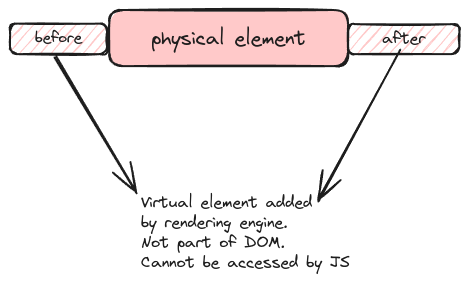
Above: static/img/pseudo-elements.excalidraw.png in swaroopar/inprogress-engineer (Excalidraw), before the change. Source tidied: one line per element, renumbered; positions are measured from the earlier drawing's top-left corner, leaving out a move shared by most shapes.
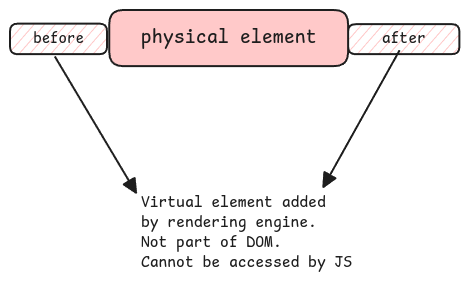
Above is the later version.

Diff of the diagram source:
```diff
@@ -1,9 +1,9 @@
-{"id": 0, "type": "rectangle", "strokeColor": "#1e1e1e", "backgroundColor": "#ffc9c9", "fillStyle": "solid", "strokeWidth": 2, "roughness": 1, "round": true, "x": 99, "y": 0, "width": 239, "height": 56}
+{"id": 0, "type": "rectangle", "strokeColor": "#1e1e1e", "backgroundColor": "#ffc9c9", "fillStyle": "solid", "strokeWidth": 2, "roughness": 0, "round": true, "x": 99, "y": 0, "width": 239, "height": 56}
-{"id": 1, "type": "text", "text": "physical element", "strokeColor": "#1e1e1e", "strokeWidth": 2, "roughness": 1, "fontSize": 20, "fontFamily": 1, "textAlign": "center", "verticalAlign": "middle", "inside": 0, "x": 141, "y": 16, "width": 154, "height": 25}
+{"id": 1, "type": "text", "text": "physical element", "strokeColor": "#1e1e1e", "strokeWidth": 2, "roughness": 1, "fontSize": 20, "fontFamily": 8, "textAlign": "center", "verticalAlign": "middle", "inside": 0, "x": 131, "y": 16, "width": 176, "height": 25}
-{"id": 2, "type": "rectangle", "strokeColor": "#1e1e1e", "backgroundColor": "#ffc9c9", "fillStyle": "hachure", "strokeWidth": 2, "roughness": 1, "round": true, "x": 0, "y": 14, "width": 97, "height": 31}
+{"id": 2, "type": "rectangle", "strokeColor": "#1e1e1e", "backgroundColor": "#ffc9c9", "fillStyle": "hachure", "strokeWidth": 2, "roughness": 0, "round": true, "x": 0, "y": 14, "width": 97, "height": 31}
-{"id": 3, "type": "text", "text": "before", "strokeColor": "#1e1e1e", "strokeWidth": 2, "roughness": 1, "fontSize": 15.33, "fontFamily": 1, "textAlign": "center", "verticalAlign": "middle", "inside": 2, "x": 25, "y": 19, "width": 47, "height": 19}
+{"id": 3, "type": "text", "text": "before", "strokeColor": "#1e1e1e", "strokeWidth": 2, "roughness": 1, "fontSize": 15.33, "fontFamily": 8, "textAlign": "center", "verticalAlign": "middle", "inside": 2, "x": 23, "y": 19, "width": 51, "height": 19}
-{"id": 4, "type": "rectangle", "strokeColor": "#1e1e1e", "backgroundColor": "#ffc9c9", "fillStyle": "hachure", "strokeWidth": 2, "roughness": 1, "round": true, "x": 338, "y": 14, "width": 111, "height": 30}
+{"id": 4, "type": "rectangle", "strokeColor": "#1e1e1e", "backgroundColor": "#ffc9c9", "fillStyle": "hachure", "strokeWidth": 2, "roughness": 0, "round": true, "x": 338, "y": 14, "width": 111, "height": 30}
-{"id": 5, "type": "text", "text": "after", "strokeColor": "#1e1e1e", "strokeWidth": 2, "roughness": 1, "fontSize": 16, "fontFamily": 1, "textAlign": "center", "verticalAlign": "middle", "inside": 4, "x": 372, "y": 19, "width": 43, "height": 20}
+{"id": 5, "type": "text", "text": "after", "strokeColor": "#1e1e1e", "strokeWidth": 2, "roughness": 1, "fontSize": 16, "fontFamily": 8, "textAlign": "center", "verticalAlign": "middle", "inside": 4, "x": 372, "y": 19, "width": 44, "height": 20}
-{"id": 6, "type": "arrow", "strokeColor": "#1e1e1e", "backgroundColor": "#ffc9c9", "fillStyle": "hachure", "strokeWidth": 2, "roughness": 1, "endArrowhead": "arrow", "round": true, "from": 2, "to": 7, "x": 45, "y": 47, "width": 81, "height": 136, "points": [[0, 0], [81, 136]]}
+{"id": 6, "type": "arrow", "strokeColor": "#1e1e1e", "backgroundColor": "#ffc9c9", "fillStyle": "hachure", "strokeWidth": 2, "roughness": 0, "endArrowhead": "triangle", "round": true, "from": 2, "to": 7, "x": 45, "y": 47, "width": 81, "height": 136, "points": [[0, 0], [81, 136]]}
-{"id": 7, "type": "text", "text": "Virtual element added\nby rendering engine.\nNot part of DOM. \nCannot be accessed by JS", "strokeColor": "#1e1e1e", "backgroundColor": "#ffc9c9", "fillStyle": "hachure", "strokeWidth": 2, "roughness": 1, "fontSize": 16, "fontFamily": 1, "x": 131, "y": 183, "width": 209, "height": 80}
+{"id": 7, "type": "text", "text": "Virtual element added\nby rendering engine.\nNot part of DOM. \nCannot be accessed by JS", "strokeColor": "#1e1e1e", "backgroundColor": "#ffc9c9", "fillStyle": "hachure", "strokeWidth": 2, "roughness": 0, "fontSize": 16, "fontFamily": 8, "x": 131, "y": 183, "width": 211, "height": 80}
-{"id": 8, "type": "arrow", "strokeColor": "#1e1e1e", "backgroundColor": "#ffc9c9", "fillStyle": "hachure", "strokeWidth": 2, "roughness": 1, "endArrowhead": "arrow", "round": true, "x": 389, "y": 41, "width": 82, "height": 150, "points": [[0, 0], [-82, 150]]}
+{"id": 8, "type": "arrow", "strokeColor": "#1e1e1e", "backgroundColor": "#ffc9c9", "fillStyle": "hachure", "strokeWidth": 2, "roughness": 0, "endArrowhead": "triangle", "round": true, "from": 4, "to": 7, "x": 389, "y": 41, "width": 76, "height": 136, "points": [[0, 0], [-76, 136]]}
```
